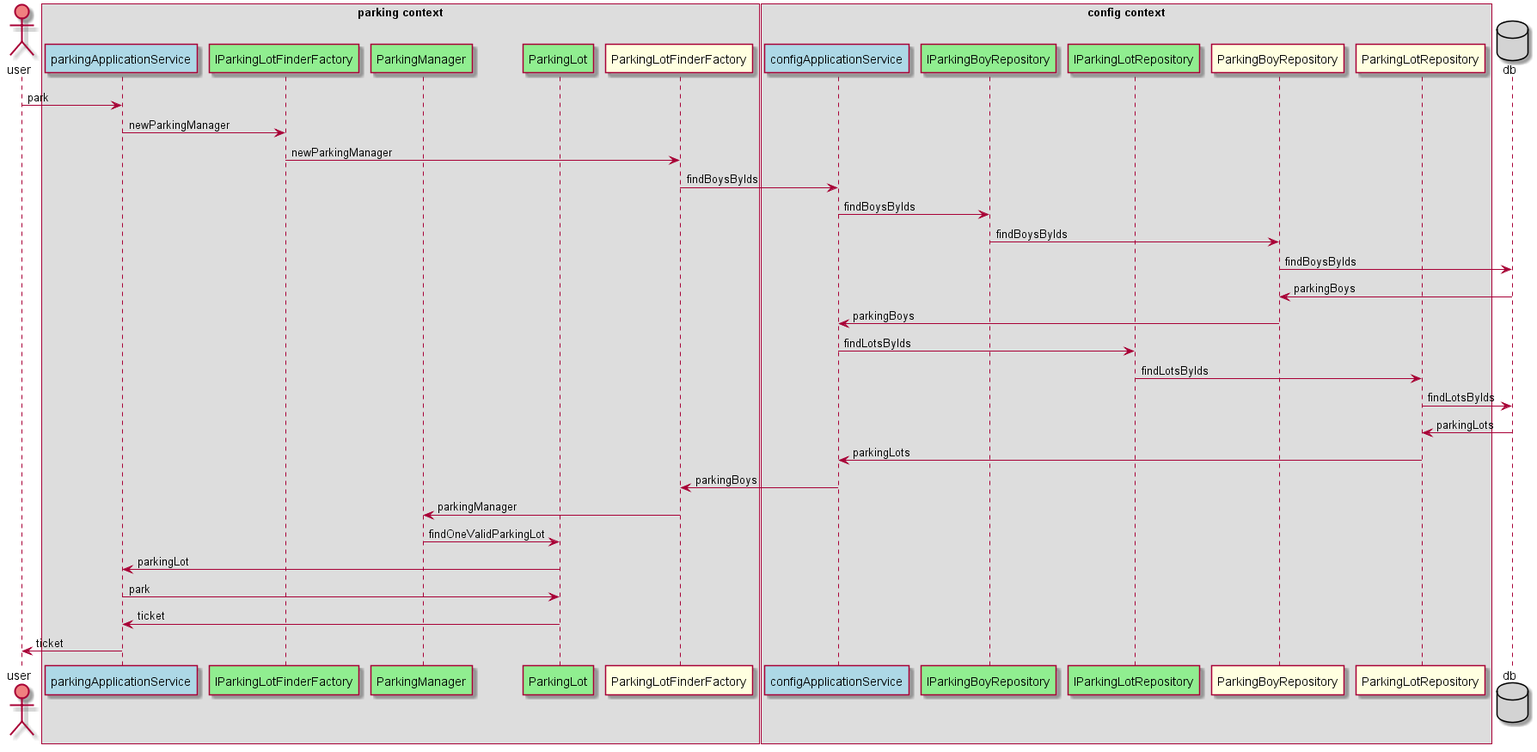
Above: out/design/sequence/park.png in scglwsj/ddd-learning (PlantUML), before the change.
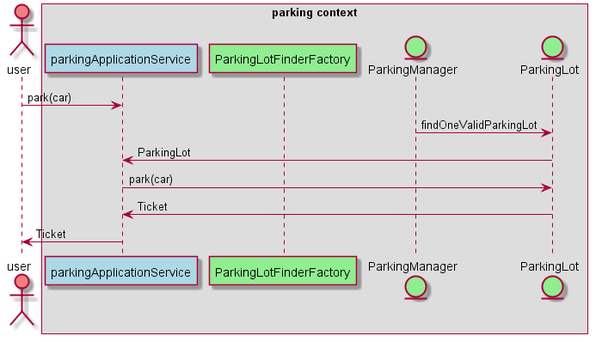
The same file after the commit.

Diff of the diagram source:
```diff
@@ -3,41 +3,16 @@
 
 box parking context
     participant parkingApplicationService #LightBlue
-    participant IParkingLotFinderFactory #LightGreen
-    participant ParkingManager #LightGreen
-    participant ParkingLot #LightGreen
-    participant ParkingLotFinderFactory #LightYellow
+    participant ParkingLotFinderFactory #LightGreen
+    entity  ParkingManager #LightGreen
+    entity  ParkingLot #LightGreen
+
 end box
 
-box config context
-    participant configApplicationService #LightBlue
-    participant IParkingBoyRepository #LightGreen
-    participant IParkingLotRepository #LightGreen
-    participant ParkingBoyRepository #LightYellow
-    participant ParkingLotRepository #LightYellow
-end box
-
-database db #LightGray
-
-user -> parkingApplicationService: park
-parkingApplicationService -> IParkingLotFinderFactory: newParkingManager
-IParkingLotFinderFactory -> ParkingLotFinderFactory: newParkingManager
-ParkingLotFinderFactory -> configApplicationService: findBoysByIds
-configApplicationService -> IParkingBoyRepository: findBoysByIds
-IParkingBoyRepository -> ParkingBoyRepository: findBoysByIds
-ParkingBoyRepository -> db: findBoysByIds
-db -> ParkingBoyRepository: parkingBoys
-ParkingBoyRepository -> configApplicationService: parkingBoys
-configApplicationService -> IParkingLotRepository: findLotsByIds
-IParkingLotRepository -> ParkingLotRepository: findLotsByIds
-ParkingLotRepository -> db: findLotsByIds
-db -> ParkingLotRepository: parkingLots
-ParkingLotRepository -> configApplicationService: parkingLots
-configApplicationService -> ParkingLotFinderFactory: parkingBoys
-ParkingLotFinderFactory -> ParkingManager: parkingManager
+user -> parkingApplicationService: park(car)
 ParkingManager -> ParkingLot: findOneValidParkingLot
-ParkingLot -> parkingApplicationService: parkingLot
-parkingApplicationService -> ParkingLot: park
-ParkingLot -> parkingApplicationService: ticket
-parkingApplicationService-> user: ticket
+ParkingLot -> parkingApplicationService: ParkingLot
+parkingApplicationService -> ParkingLot: park(car)
+ParkingLot -> parkingApplicationService: Ticket
+parkingApplicationService-> user: Ticket
 @enduml
```
